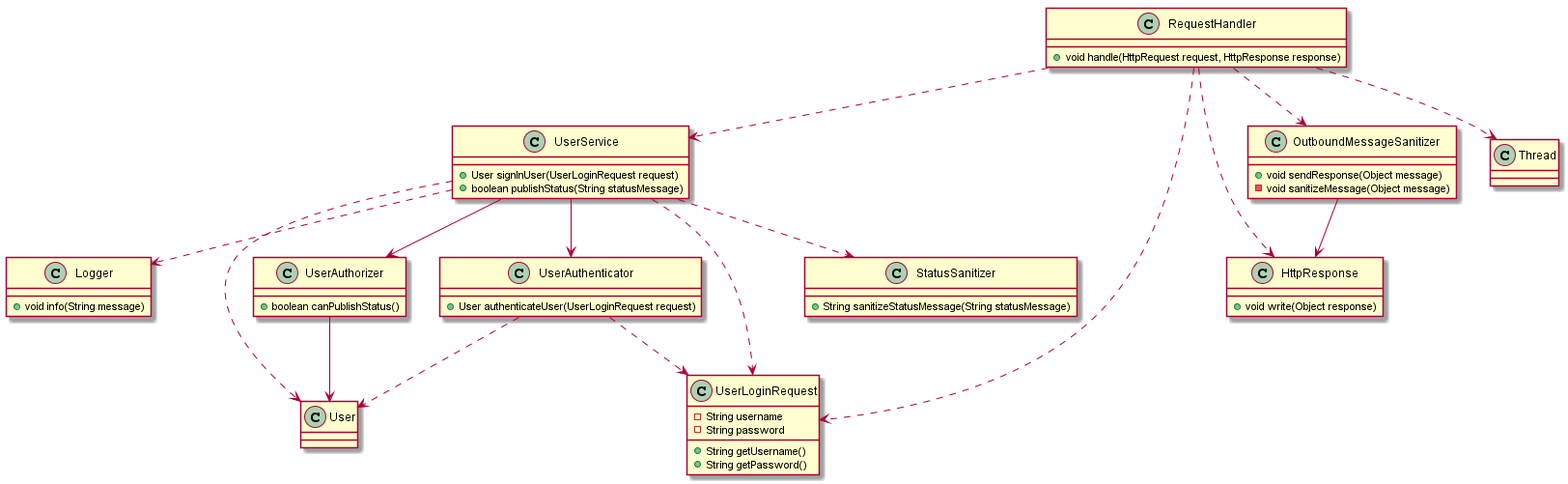
MarcusRandevik/SecArchUnit keeps this PlantUML diagram as figure/ToyApp.png. Above is the earlier version. Source of this version:
```plantuml
@startuml

class Logger {
    + void info(String message)
}

class UserService {
    + User signInUser(UserLoginRequest request)
    + boolean publishStatus(String statusMessage)
}

UserService ..> Logger
UserService ..> User
UserService ..> UserLoginRequest

class UserLoginRequest {
    - String username
    - String password
    + String getUsername()
    + String getPassword()
}

class UserAuthenticator {
    + User authenticateUser(UserLoginRequest request)
}

UserAuthenticator ..> User
UserAuthenticator ..> UserLoginRequest
UserService --> UserAuthenticator

class UserAuthorizer {
    + boolean canPublishStatus()
}

UserAuthorizer --> User
UserService --> UserAuthorizer

class HttpResponse {
    + void write(Object response)
}

class OutboundMessageSanitizer {
    + void sendResponse(Object message)
    - void sanitizeMessage(Object message)
}

OutboundMessageSanitizer --> HttpResponse

class StatusSanitizer {
    + String sanitizeStatusMessage(String statusMessage)
}

UserService ..> StatusSanitizer

class RequestHandler {
    + void handle(HttpRequest request, HttpResponse response)
}

RequestHandler ..> Thread
RequestHandler ..> UserService
RequestHandler ..> OutboundMessageSanitizer
RequestHandler ..> HttpResponse
RequestHandler ..> UserLoginRequest

@enduml
```
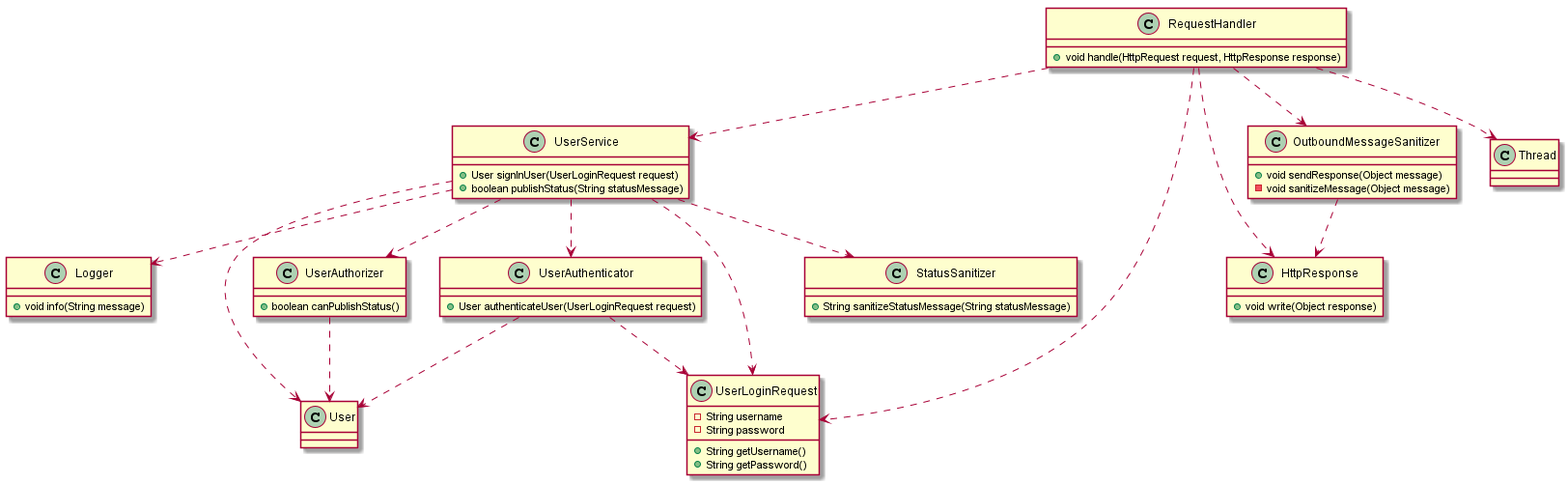
The same file after the commit.

Diff of the diagram source:
```diff
@@ -26,14 +26,14 @@
 
 UserAuthenticator ..> User
 UserAuthenticator ..> UserLoginRequest
-UserService --> UserAuthenticator
+UserService ..> UserAuthenticator
 
 class UserAuthorizer {
     + boolean canPublishStatus()
 }
 
-UserAuthorizer --> User
-UserService --> UserAuthorizer
+UserAuthorizer ..> User
+UserService ..> UserAuthorizer
 
 class HttpResponse {
     + void write(Object response)
@@ -44,7 +44,7 @@
     - void sanitizeMessage(Object message)
 }
 
-OutboundMessageSanitizer --> HttpResponse
+OutboundMessageSanitizer ..> HttpResponse
 
 class StatusSanitizer {
     + String sanitizeStatusMessage(String statusMessage)
```
